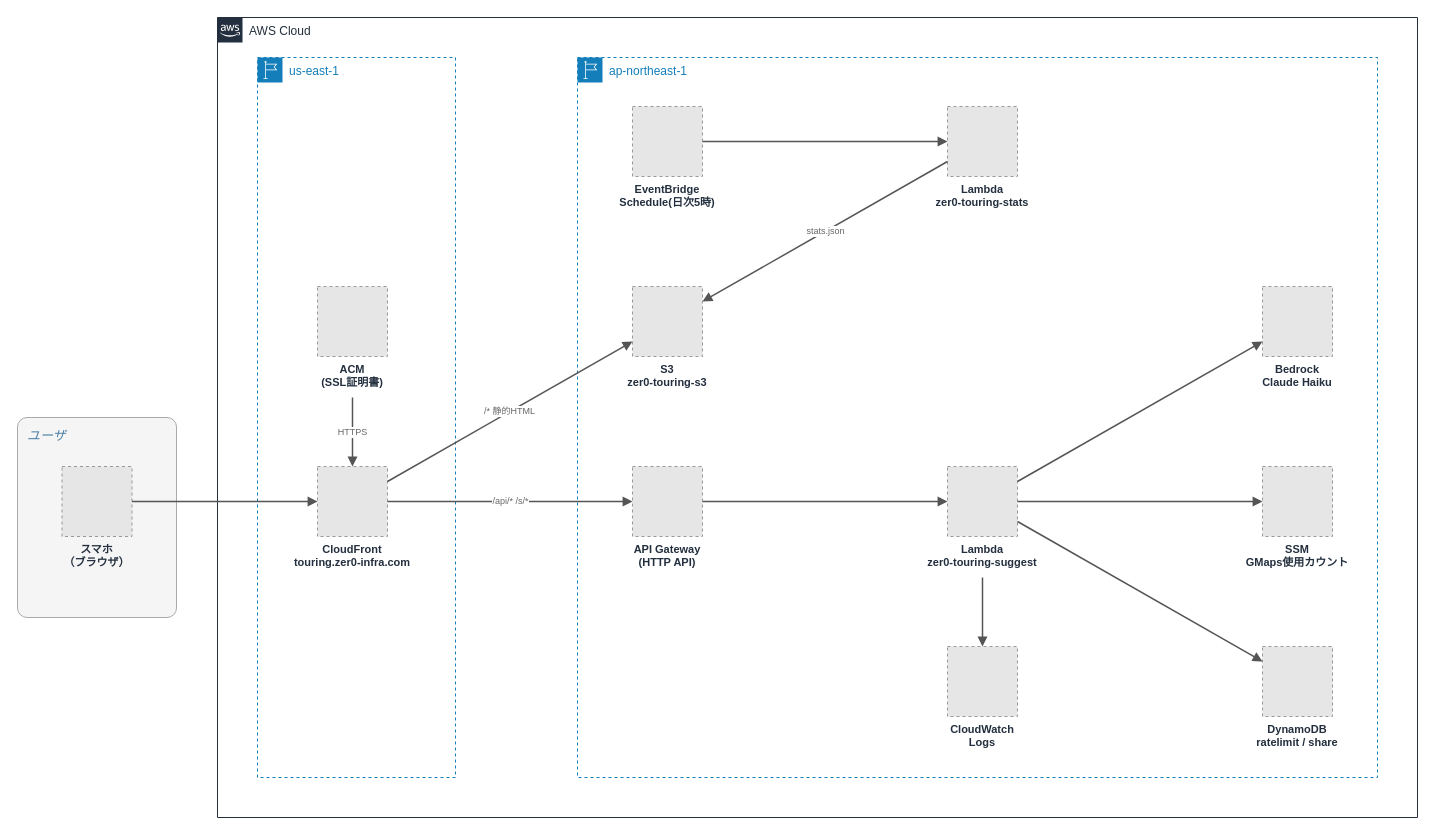
Before: 007_zer0-touring-app/images/007_architecture.drawio in Zer0-1179/Zer0-public, a draw.io diagram. Source tidied: cells renumbered, new cells numbered last; positions are measured from the earlier drawing's top-left corner, leaving out a move shared by most shapes. Both pictures are drawn from the tidied source at 100%, with x=0, y=0 at pixel (17, 17). Pictures stored in the file or linked from it are replaced by grey dashed boxes.
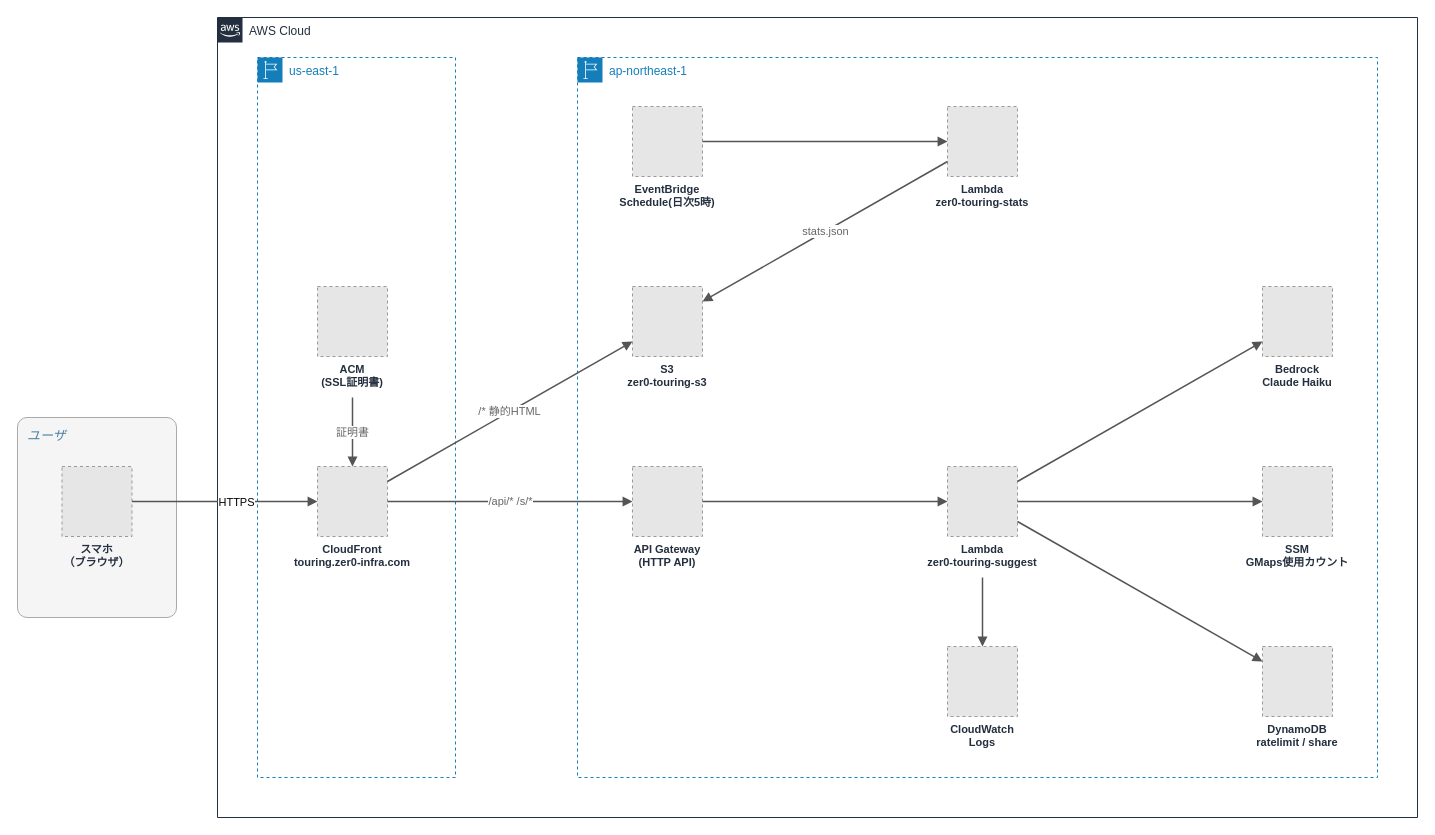
The same page after the edit.

Unchanged cells that the change refers to:
```xml
<mxCell id="8" value="CloudFront&#10;touring.zer0-infra.com" style="fillColor=#E6E6E6;strokeColor=#999999;dashed=1;verticalLabelPosition=bottom;verticalAlign=top;labelBackgroundColor=none;fontSize=11;fontStyle=1;fontColor=#232F3E;" parent="1" vertex="1">
  <mxGeometry x="300" y="449" width="70" height="70" as="geometry" />
</mxCell>
<mxCell id="9" value="S3&#10;zer0-touring-s3" style="fillColor=#E6E6E6;strokeColor=#999999;dashed=1;verticalLabelPosition=bottom;verticalAlign=top;labelBackgroundColor=none;fontSize=11;fontStyle=1;fontColor=#232F3E;" parent="1" vertex="1">
  <mxGeometry x="615" y="269" width="70" height="70" as="geometry" />
</mxCell>
<mxCell id="10" value="API Gateway&#10;(HTTP API)" style="fillColor=#E6E6E6;strokeColor=#999999;dashed=1;verticalLabelPosition=bottom;verticalAlign=top;labelBackgroundColor=none;fontSize=11;fontStyle=1;fontColor=#232F3E;" parent="1" vertex="1">
  <mxGeometry x="615" y="449" width="70" height="70" as="geometry" />
</mxCell>
<mxCell id="17" value="Lambda&#10;zer0-touring-stats" style="fillColor=#E6E6E6;strokeColor=#999999;dashed=1;verticalLabelPosition=bottom;verticalAlign=top;labelBackgroundColor=none;fontSize=11;fontStyle=1;fontColor=#232F3E;" parent="1" vertex="1">
  <mxGeometry x="930" y="89" width="70" height="70" as="geometry" />
</mxCell>
<mxCell id="18" style="endArrow=block;html=1;rounded=0;edgeStyle=none;strokeColor=#555555;strokeWidth=1.5;fontSize=9;fontColor=#666666;labelBackgroundColor=#FFFFFF;" parent="1" edge="1" source="6" target="8">
  <mxGeometry relative="1" as="geometry" />
</mxCell>
```

What changed in the source:
```diff
@@
+    <mxCell id="29" value="HTTPS" style="edgeLabel;html=1;align=center;verticalAlign=middle;" parent="18" vertex="1">
+      <mxGeometry x="0.11" relative="1" as="geometry">
+        <mxPoint x="1" as="offset" />
+      </mxGeometry>
+    </mxCell>
-    <mxCell id="19" value="HTTPS" style="endArrow=block;html=1;rounded=0;edgeStyle=none;strokeColor=#555555;strokeWidth=1.5;fontSize=9;fontColor=#666666;labelBackgroundColor=#FFFFFF;" parent="1" edge="1" target="8">
+    <mxCell id="19" value="&lt;font style=&quot;font-size: 11px;&quot;&gt;証明書&lt;/font&gt;" style="endArrow=block;html=1;rounded=0;edgeStyle=none;strokeColor=#555555;strokeWidth=1.5;fontSize=9;fontColor=#666666;labelBackgroundColor=#FFFFFF;" parent="1" edge="1" target="8">
       <mxGeometry relative="1" as="geometry">
         <mxPoint x="335" y="380" as="sourcePoint" />
       </mxGeometry>
     </mxCell>
-    <mxCell id="20" value="/* 静的HTML" style="endArrow=block;html=1;rounded=0;edgeStyle=none;strokeColor=#555555;strokeWidth=1.5;fontSize=9;fontColor=#666666;labelBackgroundColor=#FFFFFF;" parent="1" edge="1" source="8" target="9">
+    <mxCell id="20" value="&lt;font style=&quot;font-size: 11px;&quot;&gt;/* 静的HTML&lt;/font&gt;" style="endArrow=block;html=1;rounded=0;edgeStyle=none;strokeColor=#555555;strokeWidth=1.5;fontSize=9;fontColor=#666666;labelBackgroundColor=#FFFFFF;" parent="1" edge="1" source="8" target="9">
       <mxGeometry relative="1" as="geometry" />
     </mxCell>
-    <mxCell id="21" value="/api/* /s/*" style="endArrow=block;html=1;rounded=0;edgeStyle=none;strokeColor=#555555;strokeWidth=1.5;fontSize=9;fontColor=#666666;labelBackgroundColor=#FFFFFF;" parent="1" edge="1" source="8" target="10">
+    <mxCell id="21" value="&lt;font style=&quot;font-size: 11px;&quot;&gt;/api/* /s/*&lt;/font&gt;" style="endArrow=block;html=1;rounded=0;edgeStyle=none;strokeColor=#555555;strokeWidth=1.5;fontSize=9;fontColor=#666666;labelBackgroundColor=#FFFFFF;" parent="1" edge="1" source="8" target="10">
       <mxGeometry relative="1" as="geometry" />
     </mxCell>
@@
-    <mxCell id="28" value="stats.json" style="endArrow=block;html=1;rounded=0;edgeStyle=none;strokeColor=#555555;strokeWidth=1.5;fontSize=9;fontColor=#666666;labelBackgroundColor=#FFFFFF;" parent="1" edge="1" source="17" target="9">
+    <mxCell id="28" value="&lt;font style=&quot;font-size: 11px;&quot;&gt;stats.json&lt;/font&gt;" style="endArrow=block;html=1;rounded=0;edgeStyle=none;strokeColor=#555555;strokeWidth=1.5;fontSize=9;fontColor=#666666;labelBackgroundColor=#FFFFFF;" parent="1" edge="1" source="17" target="9">
       <mxGeometry relative="1" as="geometry" />
     </mxCell>
```
